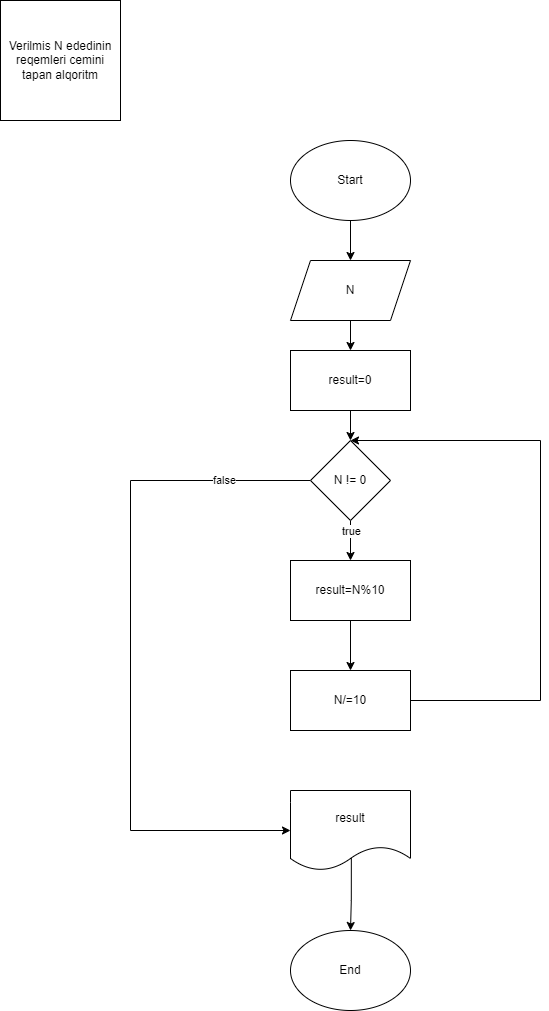
This is Untitled Diagram4.drawio.png from elnarafandi/repo4, a draw.io export, as it was before one commit. Source tidied: cells renumbered, new cells last; positions are measured from the earlier drawing's top-left corner, leaving out a move shared by most shapes.
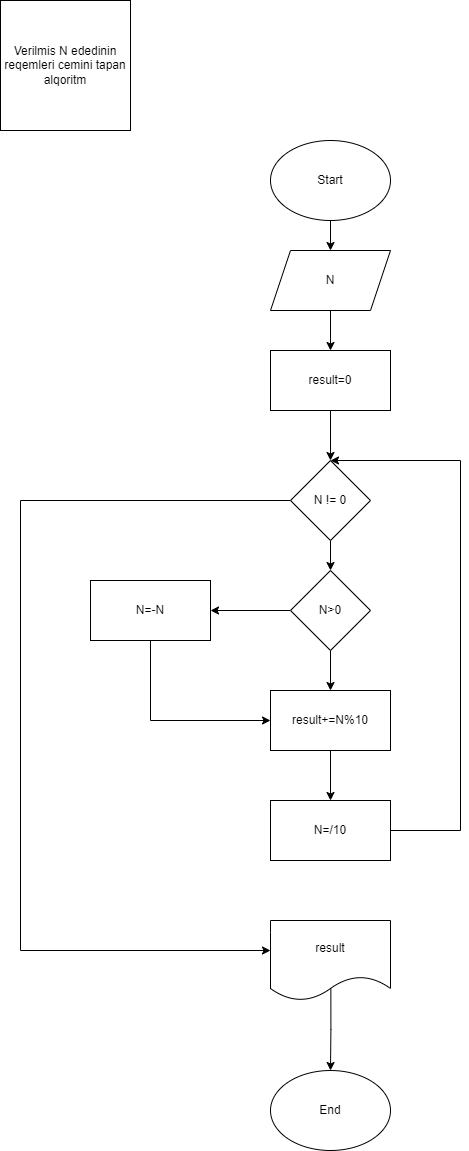
Later version of the same file.

Change to the diagram source:
```diff
@@ -3,71 +3,80 @@
     <mxCell id="0" />
     <mxCell id="1" parent="0" />
     <mxCell id="2" value="Verilmis N ededinin reqemleri cemini tapan alqoritm" style="whiteSpace=wrap;html=1;" parent="1" vertex="1">
-      <mxGeometry width="120" height="120" as="geometry" />
+      <mxGeometry x="30" y="10" width="130" height="130" as="geometry" />
     </mxCell>
+    <mxCell id="19" style="edgeStyle=orthogonalEdgeStyle;rounded=0;jettySize=auto;html=1;exitX=0.5;exitY=1;exitDx=0;exitDy=0;entryX=0.5;entryY=0;entryDx=0;entryDy=0;" parent="1" edge="1" source="20" target="4">
+      <mxGeometry relative="1" as="geometry" />
+    </mxCell>
+    <mxCell id="20" value="Start" style="ellipse;whiteSpace=wrap;html=1;" parent="1" vertex="1">
+      <mxGeometry x="300" y="150" width="120" height="80" as="geometry" />
+    </mxCell>
     <mxCell id="3" style="edgeStyle=orthogonalEdgeStyle;rounded=0;jettySize=auto;html=1;exitX=0.5;exitY=1;exitDx=0;exitDy=0;entryX=0.5;entryY=0;entryDx=0;entryDy=0;" parent="1" edge="1" source="4" target="11">
       <mxGeometry relative="1" as="geometry" />
     </mxCell>
     <mxCell id="4" value="N" style="shape=parallelogram;perimeter=parallelogramPerimeter;whiteSpace=wrap;html=1;fixedSize=1;" parent="1" vertex="1">
-      <mxGeometry x="290" y="260" width="120" height="60" as="geometry" />
+      <mxGeometry x="300" y="260" width="120" height="60" as="geometry" />
     </mxCell>
-    <mxCell id="5" style="edgeStyle=orthogonalEdgeStyle;rounded=0;jettySize=auto;html=1;exitX=0.5;exitY=1;exitDx=0;exitDy=0;entryX=0.5;entryY=0;entryDx=0;entryDy=0;" parent="1" edge="1" source="9" target="13">
-      <mxGeometry relative="1" as="geometry" />
-    </mxCell>
-    <mxCell id="6" value="true" style="edgeLabel;html=1;align=center;verticalAlign=middle;" parent="5" vertex="1">
-      <mxGeometry x="-0.5" relative="1" as="geometry" />
-    </mxCell>
-    <mxCell id="7" style="edgeStyle=orthogonalEdgeStyle;rounded=0;jettySize=auto;html=1;exitX=0;exitY=0.5;exitDx=0;exitDy=0;entryX=0;entryY=0.5;entryDx=0;entryDy=0;" parent="1" edge="1" source="9" target="17">
-      <mxGeometry relative="1" as="geometry">
-        <Array as="points">
-          <mxPoint x="130" y="480" />
-          <mxPoint x="130" y="830" />
-        </Array>
-      </mxGeometry>
-    </mxCell>
-    <mxCell id="8" value="false" style="edgeLabel;html=1;align=center;verticalAlign=middle;" parent="7" vertex="1">
-      <mxGeometry x="-0.75" y="-1" relative="1" as="geometry" />
-    </mxCell>
-    <mxCell id="9" value="N != 0" style="rhombus;whiteSpace=wrap;html=1;" parent="1" vertex="1">
-      <mxGeometry x="310" y="440" width="80" height="80" as="geometry" />
-    </mxCell>
     <mxCell id="10" style="edgeStyle=orthogonalEdgeStyle;rounded=0;jettySize=auto;html=1;exitX=0.5;exitY=1;exitDx=0;exitDy=0;entryX=0.5;entryY=0;entryDx=0;entryDy=0;" parent="1" edge="1" source="11" target="9">
       <mxGeometry relative="1" as="geometry" />
     </mxCell>
     <mxCell id="11" value="result=0" style="rounded=0;whiteSpace=wrap;html=1;" parent="1" vertex="1">
-      <mxGeometry x="290" y="350" width="120" height="60" as="geometry" />
+      <mxGeometry x="300" y="360" width="120" height="60" as="geometry" />
     </mxCell>
-    <mxCell id="12" style="edgeStyle=orthogonalEdgeStyle;rounded=0;jettySize=auto;html=1;exitX=0.5;exitY=1;exitDx=0;exitDy=0;entryX=0.5;entryY=0;entryDx=0;entryDy=0;" parent="1" edge="1" source="13" target="15">
-      <mxGeometry relative="1" as="geometry" />
-    </mxCell>
-    <mxCell id="13" value="result=N%10" style="rounded=0;whiteSpace=wrap;html=1;" parent="1" vertex="1">
-      <mxGeometry x="290" y="560" width="120" height="60" as="geometry" />
-    </mxCell>
-    <mxCell id="14" style="edgeStyle=orthogonalEdgeStyle;rounded=0;jettySize=auto;html=1;exitX=1;exitY=0.5;exitDx=0;exitDy=0;entryX=0.5;entryY=0;entryDx=0;entryDy=0;" parent="1" edge="1" source="15" target="9">
-      <mxGeometry relative="1" as="geometry">
-        <Array as="points">
-          <mxPoint x="540" y="700" />
-          <mxPoint x="540" y="440" />
-        </Array>
-      </mxGeometry>
-    </mxCell>
-    <mxCell id="15" value="N/=10" style="rounded=0;whiteSpace=wrap;html=1;" parent="1" vertex="1">
-      <mxGeometry x="290" y="670" width="120" height="60" as="geometry" />
-    </mxCell>
+    <mxCell id="21" style="edgeStyle=orthogonalEdgeStyle;rounded=0;jettySize=auto;html=1;exitX=0.5;exitY=1;exitDx=0;exitDy=0;entryX=0.5;entryY=0;entryDx=0;entryDy=0;" parent="1" edge="1" source="9" target="24">
+      <mxGeometry relative="1" as="geometry" />
+    </mxCell>
+    <mxCell id="7" style="edgeStyle=orthogonalEdgeStyle;rounded=0;jettySize=auto;html=1;exitX=0;exitY=0.5;exitDx=0;exitDy=0;" parent="1" edge="1" source="9" target="17">
+      <mxGeometry relative="1" as="geometry">
+        <Array as="points">
+          <mxPoint x="50" y="510" />
+          <mxPoint x="50" y="960" />
+        </Array>
+      </mxGeometry>
+    </mxCell>
+    <mxCell id="9" value="N != 0" style="rhombus;whiteSpace=wrap;html=1;" parent="1" vertex="1">
+      <mxGeometry x="320" y="470" width="80" height="80" as="geometry" />
+    </mxCell>
+    <mxCell id="22" style="edgeStyle=orthogonalEdgeStyle;rounded=0;jettySize=auto;html=1;exitX=0.5;exitY=1;exitDx=0;exitDy=0;entryX=0.5;entryY=0;entryDx=0;entryDy=0;" parent="1" edge="1" source="24" target="26">
+      <mxGeometry relative="1" as="geometry" />
+    </mxCell>
+    <mxCell id="23" style="edgeStyle=orthogonalEdgeStyle;rounded=0;jettySize=auto;html=1;exitX=0;exitY=0.5;exitDx=0;exitDy=0;entryX=1;entryY=0.5;entryDx=0;entryDy=0;" parent="1" edge="1" source="24" target="30">
+      <mxGeometry relative="1" as="geometry" />
+    </mxCell>
+    <mxCell id="24" value="N&amp;gt;0" style="rhombus;whiteSpace=wrap;html=1;" parent="1" vertex="1">
+      <mxGeometry x="320" y="580" width="80" height="80" as="geometry" />
+    </mxCell>
+    <mxCell id="25" style="edgeStyle=orthogonalEdgeStyle;rounded=0;jettySize=auto;html=1;exitX=0.5;exitY=1;exitDx=0;exitDy=0;entryX=0.5;entryY=0;entryDx=0;entryDy=0;" parent="1" edge="1" source="26" target="28">
+      <mxGeometry relative="1" as="geometry" />
+    </mxCell>
+    <mxCell id="26" value="result+=N%10" style="rounded=0;whiteSpace=wrap;html=1;" parent="1" vertex="1">
+      <mxGeometry x="300" y="700" width="120" height="60" as="geometry" />
+    </mxCell>
+    <mxCell id="27" style="edgeStyle=orthogonalEdgeStyle;rounded=0;jettySize=auto;html=1;exitX=1;exitY=0.5;exitDx=0;exitDy=0;entryX=0.5;entryY=0;entryDx=0;entryDy=0;" parent="1" edge="1" source="28" target="9">
+      <mxGeometry relative="1" as="geometry">
+        <Array as="points">
+          <mxPoint x="490" y="840" />
+          <mxPoint x="490" y="470" />
+        </Array>
+      </mxGeometry>
+    </mxCell>
+    <mxCell id="28" value="N=/10" style="rounded=0;whiteSpace=wrap;html=1;" parent="1" vertex="1">
+      <mxGeometry x="300" y="810" width="120" height="60" as="geometry" />
+    </mxCell>
+    <mxCell id="29" style="edgeStyle=orthogonalEdgeStyle;rounded=0;jettySize=auto;html=1;exitX=0.5;exitY=1;exitDx=0;exitDy=0;entryX=0;entryY=0.5;entryDx=0;entryDy=0;" parent="1" edge="1" source="30" target="26">
+      <mxGeometry relative="1" as="geometry" />
+    </mxCell>
+    <mxCell id="30" value="N=-N" style="rounded=0;whiteSpace=wrap;html=1;" parent="1" vertex="1">
+      <mxGeometry x="120" y="590" width="120" height="60" as="geometry" />
+    </mxCell>
-    <mxCell id="16" style="edgeStyle=orthogonalEdgeStyle;rounded=0;jettySize=auto;html=1;entryX=0.5;entryY=0;entryDx=0;entryDy=0;exitX=0.507;exitY=0.833;exitDx=0;exitDy=0;exitPerimeter=0;" parent="1" edge="1" source="17" target="18">
+    <mxCell id="16" style="edgeStyle=orthogonalEdgeStyle;rounded=0;jettySize=auto;html=1;entryX=0.5;entryY=0;entryDx=0;entryDy=0;exitX=0.503;exitY=0.853;exitDx=0;exitDy=0;exitPerimeter=0;" parent="1" edge="1" source="17" target="18">
       <mxGeometry relative="1" as="geometry" />
     </mxCell>
     <mxCell id="17" value="result" style="shape=document;whiteSpace=wrap;html=1;boundedLbl=1;" parent="1" vertex="1">
-      <mxGeometry x="290" y="790" width="120" height="80" as="geometry" />
+      <mxGeometry x="300" y="930" width="120" height="80" as="geometry" />
     </mxCell>
     <mxCell id="18" value="End" style="ellipse;whiteSpace=wrap;html=1;" parent="1" vertex="1">
-      <mxGeometry x="290" y="930" width="120" height="80" as="geometry" />
+      <mxGeometry x="300" y="1080" width="120" height="80" as="geometry" />
     </mxCell>
-    <mxCell id="19" style="edgeStyle=orthogonalEdgeStyle;rounded=0;jettySize=auto;html=1;exitX=0.5;exitY=1;exitDx=0;exitDy=0;entryX=0.5;entryY=0;entryDx=0;entryDy=0;" parent="1" edge="1" source="20" target="4">
-      <mxGeometry relative="1" as="geometry" />
-    </mxCell>
-    <mxCell id="20" value="Start" style="ellipse;whiteSpace=wrap;html=1;" parent="1" vertex="1">
-      <mxGeometry x="290" y="140" width="120" height="80" as="geometry" />
-    </mxCell>
   </root>
 </mxGraphModel>
```
